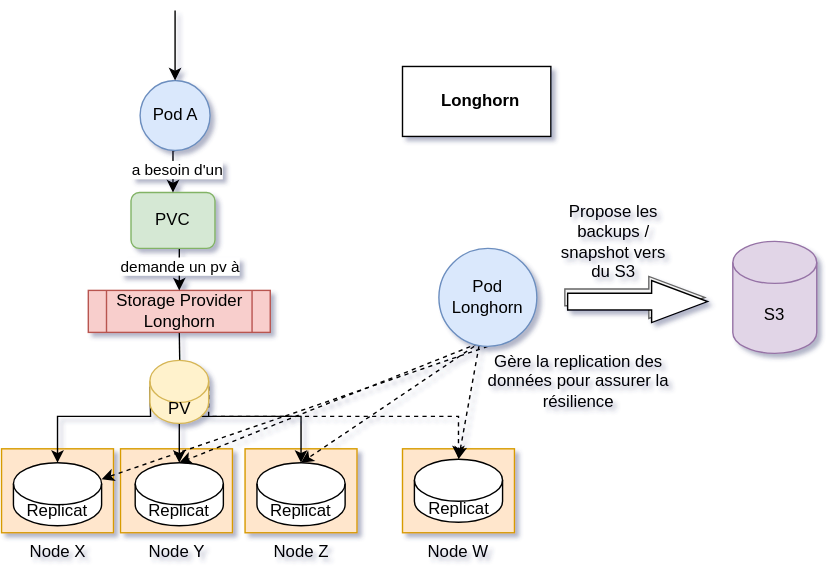
Above: images/longhorn.svg in obeyler/Formation-K8S (draw.io), before the change. Source tidied: cells renumbered, new cells last; positions are measured from the earlier drawing's top-left corner, leaving out a move shared by most shapes.
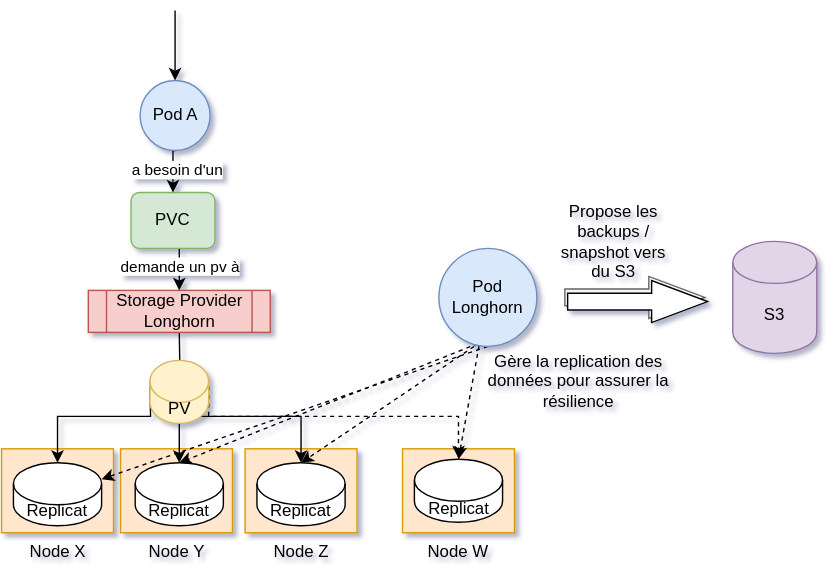
Later version of the same file.

The edit, as a diff of the source:
```diff
@@ -2,9 +2,6 @@
   <root>
     <mxCell id="0" />
     <mxCell id="1" parent="0" />
-    <mxCell id="2" style="rounded=0;whiteSpace=wrap;html=1;" parent="1" vertex="1">
-      <mxGeometry x="286" y="40" width="106" height="50" as="geometry" />
-    </mxCell>
     <mxCell id="3" value="Node W" style="rounded=0;whiteSpace=wrap;html=1;labelPosition=center;verticalLabelPosition=bottom;align=center;verticalAlign=top;fillColor=#ffe6cc;strokeColor=#d79b00;" parent="1" vertex="1">
       <mxGeometry x="286" y="313.2" width="80" height="60" as="geometry" />
     </mxCell>
@@ -122,8 +119,5 @@
     <mxCell id="33" style="html=1;shadow=0;dashed=0;align=center;verticalAlign=middle;shape=mxgraph.arrows2.arrow;dy=0.6;dx=40;notch=0;" parent="1" vertex="1">
       <mxGeometry x="404" y="193" width="100" height="30" as="geometry" />
     </mxCell>
-    <mxCell id="34" value="Longhorn" style="text;html=1;strokeColor=none;fillColor=none;align=center;verticalAlign=middle;whiteSpace=wrap;rounded=0;fontStyle=1;" parent="1" vertex="1">
-      <mxGeometry x="312" y="50" width="60" height="30" as="geometry" />
-    </mxCell>
   </root>
 </mxGraphModel>
```
